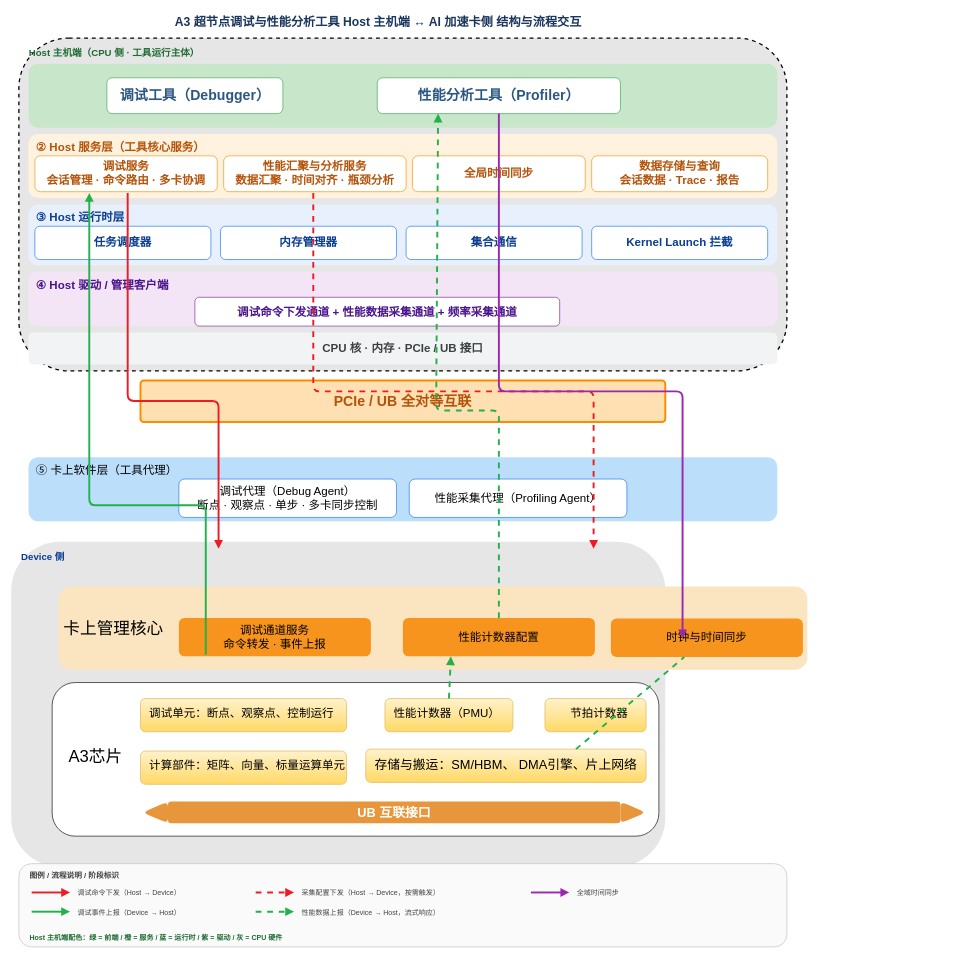
The draw.io diagram page "第 6 页" (6 of 7) of 超节点主机设备侧交互流程图.drawio in HanxuLiu/drawio-files, before the edit. Source tidied: cells renumbered, new cells numbered last; positions are measured from the earlier drawing's top-left corner, leaving out a move shared by most shapes. Both pictures are drawn from the tidied source at 64%, with x=0, y=0 at pixel (11, 11).
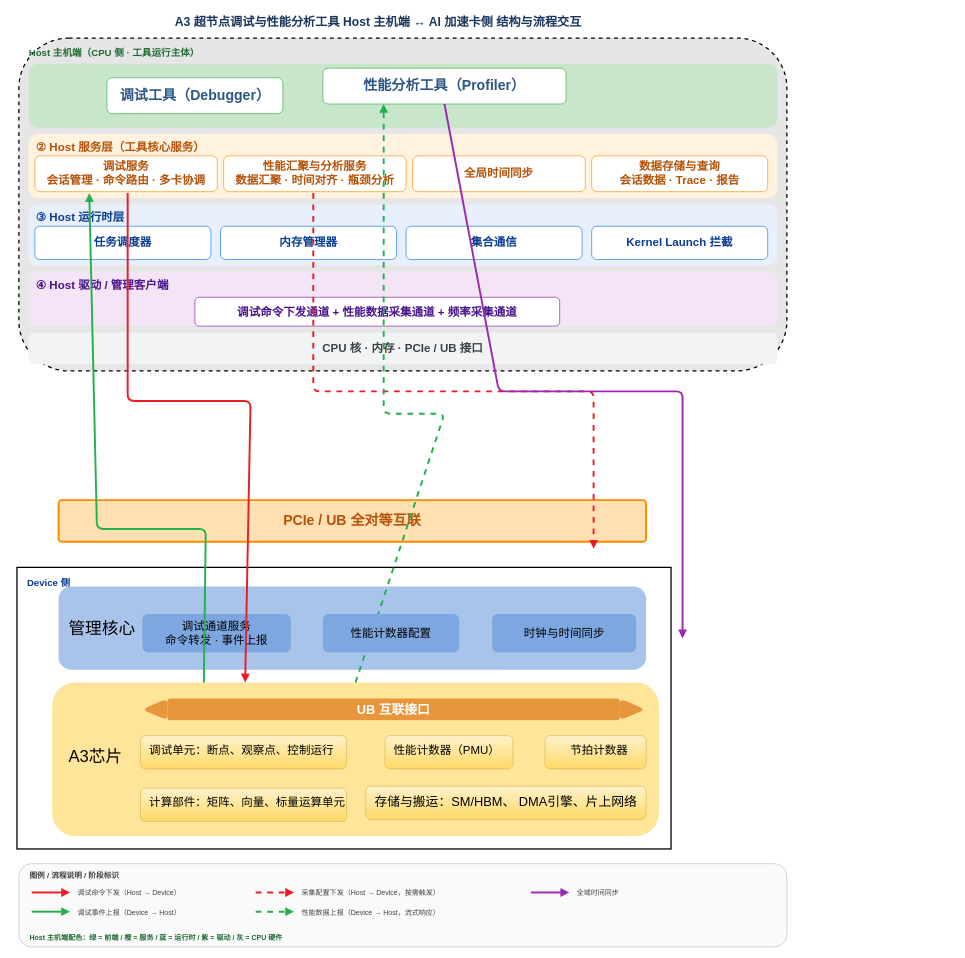
Above is the later version.

Commit message (it also covers changes not shown here):
更新超节点主机设备侧交互流程图.drawio

Diff of the diagram source:
```diff
@@
-    <mxCell id="2" value="Device 侧" style="rounded=1;whiteSpace=wrap;html=1;fillColor=#E6E6E6;strokeColor=none;fontSize=15;fontColor=#0B3D91;fontStyle=1;verticalAlign=top;align=left;spacingLeft=14;spacingTop=8;strokeWidth=2;dashed=1;roundedPerimeter=1;" parent="1" vertex="1">
-      <mxGeometry y="829" width="1022" height="508" as="geometry" />
+    <mxCell id="2" value="Device 侧" style="rounded=0;whiteSpace=wrap;html=1;fillColor=none;strokeColor=default;fontSize=15;fontColor=#0B3D91;fontStyle=1;verticalAlign=top;align=left;spacingLeft=14;spacingTop=8;strokeWidth=2;" parent="1" vertex="1">
+      <mxGeometry x="9" y="869" width="1022" height="440" as="geometry" />
     </mxCell>
@@
     <mxCell id="7" value="&lt;span style=&quot;color: rgb(44, 87, 132); font-size: 22px; text-align: left;&quot;&gt;性能分析工具（Profiler）&lt;/span&gt;" style="rounded=1;whiteSpace=wrap;html=1;fillColor=#FFFFFF;strokeColor=#34A853;fontSize=18;fontColor=#1E6B33;fontStyle=1;roundedPerimeter=1;" parent="1" vertex="1">
-      <mxGeometry x="572" y="104" width="380" height="56" as="geometry" />
+      <mxGeometry x="487" y="89" width="380" height="56" as="geometry" />
     </mxCell>
@@
-    <mxCell id="9" style="rounded=1;whiteSpace=wrap;html=1;roundedPerimeter=1;" parent="1" vertex="1">
+    <mxCell id="9" style="rounded=1;whiteSpace=wrap;html=1;roundedPerimeter=1;align=center;verticalAlign=middle;fontFamily=Helvetica;fontSize=18;fontColor=#000000;fontStyle=0;fillColor=#FFE599;strokeColor=none;" parent="1" vertex="1">
       <mxGeometry x="64" y="1049" width="948" height="240" as="geometry" />
     </mxCell>
@@
     <mxCell id="25" value="PCIe / UB 全对等互联" style="rounded=1;arcSize=8;whiteSpace=wrap;html=1;fillColor=#FFE0B2;strokeColor=#FB8C00;strokeWidth=3;fontSize=22;fontColor=#B45309;fontStyle=1;roundedPerimeter=1;" parent="1" vertex="1">
-      <mxGeometry x="202" y="577" width="820" height="65" as="geometry" />
+      <mxGeometry x="74" y="764" width="918" height="65" as="geometry" />
     </mxCell>
-    <mxCell id="26" style="rounded=1;whiteSpace=wrap;html=1;fillColor=#BBDEFB;strokeColor=none;fontSize=18;fontColor=#000000;fontStyle=0;roundedPerimeter=1;" parent="1" vertex="1">
-      <mxGeometry x="27" y="697" width="1170" height="100" as="geometry" />
-    </mxCell>
-    <mxCell id="27" value="⑤ 卡上软件层（工具代理）" style="text;html=1;fontSize=18;fontStyle=0;fontColor=#000000;align=left;rounded=1;roundedPerimeter=1;" parent="1" vertex="1">
-      <mxGeometry x="37" y="701" width="500" height="24" as="geometry" />
-    </mxCell>
-    <mxCell id="28" value="调试代理（Debug Agent）&lt;br&gt;断点 · 观察点 · 单步 · 多卡同步控制" style="rounded=1;whiteSpace=wrap;html=1;fillColor=#FFFFFF;strokeColor=#1A73E8;fontSize=18;fontColor=#000000;fontStyle=0;roundedPerimeter=1;" parent="1" vertex="1">
-      <mxGeometry x="262" y="731" width="340" height="60" as="geometry" />
-    </mxCell>
-    <mxCell id="29" value="性能采集代理（Profiling Agent）" style="rounded=1;whiteSpace=wrap;html=1;fillColor=#FFFFFF;strokeColor=#1A73E8;fontSize=18;fontColor=#000000;fontStyle=0;roundedPerimeter=1;" parent="1" vertex="1">
-      <mxGeometry x="622" y="731" width="340" height="60" as="geometry" />
-    </mxCell>
-    <mxCell id="30" style="rounded=1;whiteSpace=wrap;html=1;fillColor=#FBE5C0;strokeColor=none;fontSize=18;fontColor=#000000;fontStyle=0;roundedPerimeter=1;" parent="1" vertex="1">
-      <mxGeometry x="74" y="899" width="1170" height="130" as="geometry" />
+    <mxCell id="30" style="rounded=1;whiteSpace=wrap;html=1;fillColor=#A9C4EB;strokeColor=none;fontSize=18;fontColor=#000000;fontStyle=0;roundedPerimeter=1;" parent="1" vertex="1">
+      <mxGeometry x="74" y="899" width="918" height="130" as="geometry" />
     </mxCell>
-    <mxCell id="31" value="卡上管理核心" style="text;html=1;fontSize=26;fontStyle=0;fontColor=#000000;align=left;fontFamily=Helvetica;verticalAlign=top;rounded=1;roundedPerimeter=1;" parent="1" vertex="1">
-      <mxGeometry x="79.5" y="942" width="200" height="45" as="geometry" />
+    <mxCell id="31" value="管理核心" style="text;html=1;fontSize=26;fontStyle=0;fontColor=#000000;align=left;fontFamily=Helvetica;verticalAlign=top;rounded=1;roundedPerimeter=1;" parent="1" vertex="1">
+      <mxGeometry x="87.5" y="942" width="200" height="45" as="geometry" />
     </mxCell>
-    <mxCell id="32" value="调试通道服务&#10;命令转发 · 事件上报" style="rounded=1;whiteSpace=wrap;html=1;fillColor=#F7941D;strokeColor=none;fontSize=18;fontColor=#000000;fontStyle=0;roundedPerimeter=1;" parent="1" vertex="1">
-      <mxGeometry x="262" y="948" width="300" height="60" as="geometry" />
+    <mxCell id="32" value="调试通道服务&#10;命令转发 · 事件上报" style="rounded=1;whiteSpace=wrap;html=1;fillColor=#7EA6E0;strokeColor=none;fontSize=18;fontColor=#000000;fontStyle=0;roundedPerimeter=1;" parent="1" vertex="1">
+      <mxGeometry x="205" y="942" width="232" height="60" as="geometry" />
     </mxCell>
-    <mxCell id="33" value="时钟与时间同步" style="rounded=1;whiteSpace=wrap;html=1;fillColor=#F7941D;strokeColor=none;fontSize=18;fontColor=#000000;fontStyle=0;roundedPerimeter=1;" parent="1" vertex="1">
-      <mxGeometry x="937" y="949" width="300" height="60" as="geometry" />
+    <mxCell id="33" value="时钟与时间同步" style="rounded=1;whiteSpace=wrap;html=1;fillColor=#7EA6E0;strokeColor=none;fontSize=18;fontColor=#000000;fontStyle=0;roundedPerimeter=1;" parent="1" vertex="1">
+      <mxGeometry x="751.5" y="942" width="225" height="60" as="geometry" />
     </mxCell>
@@
     <mxCell id="35" value="调试单元：断点、观察点、控制运行" style="rounded=1;whiteSpace=wrap;html=1;fillColor=#fff2cc;strokeColor=#d6b656;fontSize=18;fontStyle=0;verticalAlign=top;align=left;spacingTop=6;spacingLeft=12;fontFamily=Helvetica;gradientColor=#ffd966;roundedPerimeter=1;" parent="1" vertex="1">
-      <mxGeometry x="202" y="1074" width="322" height="52" as="geometry" />
+      <mxGeometry x="202" y="1132" width="322" height="52" as="geometry" />
     </mxCell>
     <mxCell id="36" value="性能计数器（PMU）" style="rounded=1;whiteSpace=wrap;html=1;fillColor=#fff2cc;strokeColor=#d6b656;fontSize=18;fontStyle=0;align=left;verticalAlign=top;spacingLeft=12;spacingTop=6;fontFamily=Helvetica;gradientColor=#ffd966;roundedPerimeter=1;" parent="1" vertex="1">
-      <mxGeometry x="584" y="1074" width="200" height="52" as="geometry" />
+      <mxGeometry x="584" y="1132" width="200" height="52" as="geometry" />
     </mxCell>
     <mxCell id="37" value="节拍计数器" style="rounded=1;whiteSpace=wrap;html=1;fillColor=#fff2cc;strokeColor=#d6b656;fontSize=18;fontStyle=0;align=center;verticalAlign=top;spacingLeft=12;spacingTop=6;fontFamily=Helvetica;gradientColor=#ffd966;roundedPerimeter=1;" parent="1" vertex="1">
-      <mxGeometry x="834" y="1074" width="158" height="52" as="geometry" />
+      <mxGeometry x="834" y="1132" width="158" height="52" as="geometry" />
     </mxCell>
     <mxCell id="38" value="计算部件：矩阵、向量、标量运算单元" style="rounded=1;whiteSpace=wrap;html=1;fillColor=#fff2cc;strokeColor=#d6b656;fontSize=18;fontStyle=0;verticalAlign=top;align=left;spacingLeft=12;spacingTop=6;gradientColor=#ffd966;roundedPerimeter=1;" parent="1" vertex="1">
-      <mxGeometry x="202" y="1156" width="322" height="52" as="geometry" />
+      <mxGeometry x="202" y="1214" width="322" height="52" as="geometry" />
     </mxCell>
     <mxCell id="39" value="&lt;font style=&quot;font-size: 20px;&quot;&gt;存储与搬运：SM/HBM、 DMA引擎、片上网络&lt;/font&gt;" style="rounded=1;whiteSpace=wrap;html=1;fillColor=#fff2cc;strokeColor=#d6b656;fontSize=18;fontStyle=0;verticalAlign=top;align=left;spacingLeft=12;spacingTop=6;gradientColor=#ffd966;roundedPerimeter=1;" parent="1" vertex="1">
-      <mxGeometry x="554" y="1153" width="438" height="52" as="geometry" />
+      <mxGeometry x="554" y="1211" width="438" height="52" as="geometry" />
     </mxCell>
-    <mxCell id="40" style="edgeStyle=none;html=1;strokeColor=#ED1C24;strokeWidth=3;endArrow=block;endFill=1;" parent="1" edge="1">
-      <mxGeometry relative="1" as="geometry">
+    <mxCell id="40" style="edgeStyle=none;html=1;strokeColor=#ED1C24;strokeWidth=3;endArrow=block;endFill=1;entryX=0.321;entryY=0.008;entryDx=0;entryDy=0;" parent="1" edge="1" target="9">
+      <mxGeometry x="-0.27" relative="1" as="geometry">
         <mxPoint x="182" y="284" as="sourcePoint" />
-        <mxPoint x="324" y="840" as="targetPoint" />
         <Array as="points">
           <mxPoint x="182" y="609" />
-          <mxPoint x="324" y="609" />
+          <mxPoint x="374" y="609" />
         </Array>
       </mxGeometry>
     </mxCell>
-    <mxCell id="41" style="edgeStyle=none;html=1;strokeColor=#22B14C;strokeWidth=3;endArrow=block;endFill=1;" parent="1" edge="1">
-      <mxGeometry relative="1" as="geometry">
-        <mxPoint x="304" y="1005" as="sourcePoint" />
+    <mxCell id="41" style="edgeStyle=none;html=1;strokeColor=#22B14C;strokeWidth=3;endArrow=block;endFill=1;exitX=0.25;exitY=0;exitDx=0;exitDy=0;" parent="1" edge="1" source="9">
+      <mxGeometry x="0.13" relative="1" as="geometry">
         <mxPoint x="122" y="284" as="targetPoint" />
         <Array as="points">
-          <mxPoint x="304" y="772" />
-          <mxPoint x="122" y="772" />
-          <mxPoint x="122" y="632" />
+          <mxPoint x="304" y="809" />
+          <mxPoint x="134" y="809" />
         </Array>
       </mxGeometry>
     </mxCell>
@@
-    <mxCell id="43" style="edgeStyle=none;html=1;strokeColor=#22B14C;strokeWidth=3;dashed=1;endArrow=block;endFill=1;entryX=0.25;entryY=1;entryDx=0;entryDy=0;exitX=0.5;exitY=0;exitDx=0;exitDy=0;" parent="1" edge="1" source="65" target="7">
-      <mxGeometry x="0.08" relative="1" as="geometry">
+    <mxCell id="43" style="edgeStyle=none;html=1;strokeColor=#22B14C;strokeWidth=3;dashed=1;endArrow=block;endFill=1;entryX=0.25;entryY=1;entryDx=0;entryDy=0;exitX=0.5;exitY=0.042;exitDx=0;exitDy=0;" parent="1" edge="1" source="9" target="7">
+      <mxGeometry x="0.07" relative="1" as="geometry">
         <Array as="points">
-          <mxPoint x="762" y="624" />
-          <mxPoint x="664" y="624" />
+          <mxPoint x="677" y="629" />
+          <mxPoint x="582" y="629" />
         </Array>
       </mxGeometry>
     </mxCell>
@@
-    <mxCell id="58" style="edgeStyle=none;html=1;strokeColor=#22B14C;strokeWidth=3;dashed=1;endArrow=none;endFill=0;exitX=0.75;exitY=0;exitDx=0;exitDy=0;" parent="1" edge="1" source="39" target="33">
-      <mxGeometry relative="1" as="geometry" />
-    </mxCell>
-    <mxCell id="59" style="group;fontFamily=Helvetica;fontSize=20;fontColor=#000000;fontStyle=0;align=left;verticalAlign=top;spacingLeft=12;spacingTop=6;rounded=1;roundedPerimeter=1;" parent="1" vertex="1">
-      <mxGeometry x="205" y="1235" width="787" height="34" as="geometry" />
+    <mxCell id="59" style="group;fontFamily=Helvetica;fontSize=20;fontColor=#000000;fontStyle=0;align=left;verticalAlign=top;spacingLeft=12;spacingTop=6;rounded=0;" parent="1" vertex="1">
+      <mxGeometry x="204" y="1074" width="787" height="34" as="geometry" />
     </mxCell>
@@
-    <mxCell id="64" style="edgeStyle=none;html=1;strokeColor=#22B14C;strokeWidth=3;dashed=1;endArrow=block;endFill=1;entryX=0.25;entryY=1;entryDx=0;entryDy=0;exitX=0.5;exitY=0;exitDx=0;exitDy=0;" parent="1" edge="1" source="36" target="65">
-      <mxGeometry x="0.08" relative="1" as="geometry" />
-    </mxCell>
-    <mxCell id="65" value="性能计数器配置" style="rounded=1;whiteSpace=wrap;html=1;fillColor=#F7941D;strokeColor=none;fontSize=18;fontColor=#000000;fontStyle=0;roundedPerimeter=1;" parent="1" vertex="1">
-      <mxGeometry x="612" y="948" width="300" height="60" as="geometry" />
+    <mxCell id="65" value="性能计数器配置" style="rounded=1;whiteSpace=wrap;html=1;fillColor=#7EA6E0;strokeColor=none;fontSize=18;fontColor=#000000;fontStyle=0;roundedPerimeter=1;" parent="1" vertex="1">
+      <mxGeometry x="487" y="942" width="213" height="60" as="geometry" />
     </mxCell>
```
